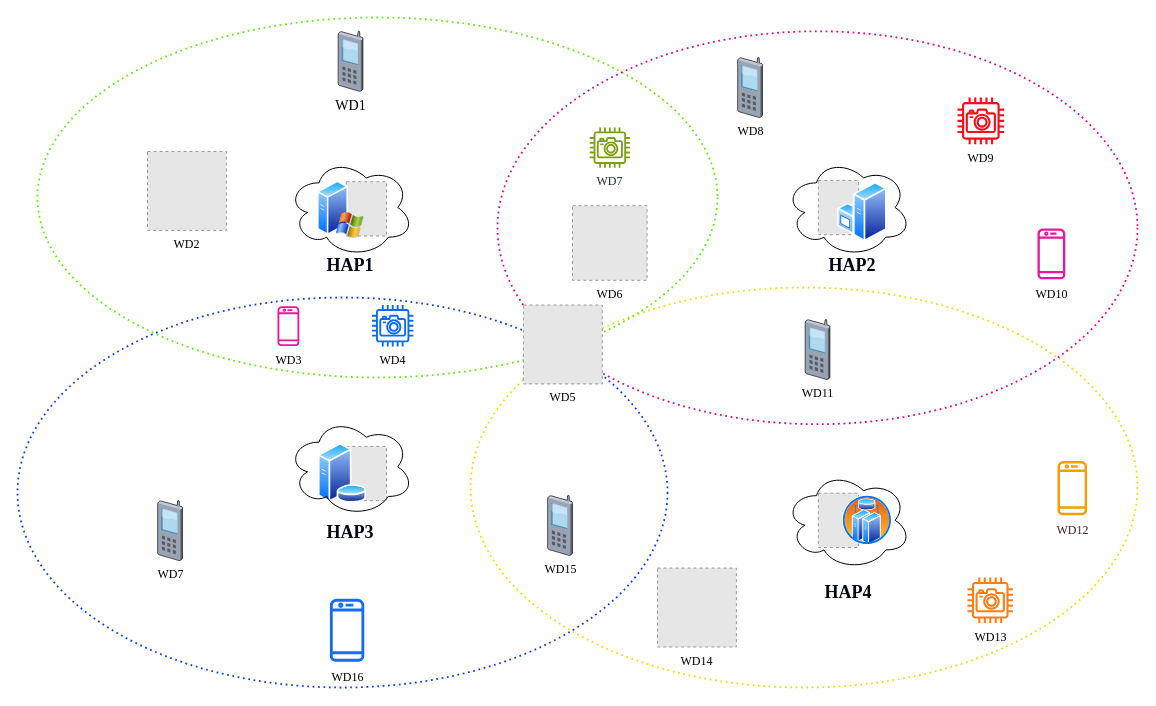
lxl0915/Intelligent_Housekeeper keeps this draw.io diagram as server/multi_devices_distrubution.drawio. Above is the earlier version. Source tidied: cells renumbered, new cells numbered last; positions are measured from the earlier drawing's top-left corner, leaving out a move shared by most shapes. Both pictures are drawn from the tidied source at 100%, with x=0, y=0 at pixel (17, 17). Pictures stored in the file or linked from it are replaced by grey dashed boxes.
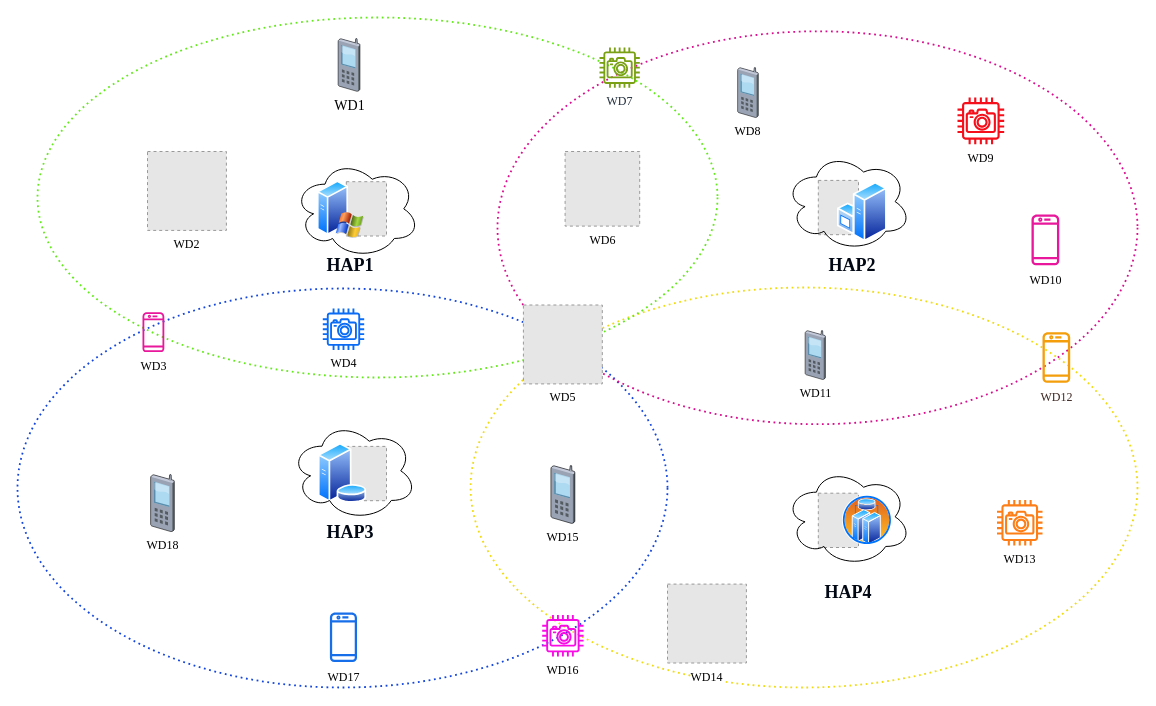
After the change.

The edit, as a diff of the source:
```diff
@@
-<mxGraphModel>
+<mxGraphModel background="#ffffff">
@@
     <mxCell id="4" style="strokeWidth=1.8;html=1;shape=mxgraph.flowchart.start_1;whiteSpace=wrap;dashed=1;dashPattern=1 2;fillColor=none;strokeColor=#1245de;fontFamily=Times New Roman;fontColor=#010713;" parent="1" vertex="1">
-      <mxGeometry y="280" width="650" height="390" as="geometry" />
+      <mxGeometry y="271" width="650" height="399" as="geometry" />
     </mxCell>
@@
     <mxCell id="8" value="WD10" style="sketch=0;gradientColor=none;fillColor=#e8179b;strokeColor=#996185;dashed=0;verticalLabelPosition=bottom;verticalAlign=top;align=center;html=1;fontSize=12;fontStyle=0;shape=mxgraph.aws4.mobile_client;fontFamily=Times New Roman;" parent="1" vertex="1">
-      <mxGeometry x="1020" y="210" width="27.8" height="52.9" as="geometry" />
+      <mxGeometry x="1014" y="196" width="27.8" height="52.9" as="geometry" />
     </mxCell>
     <mxCell id="9" value="WD11" style="verticalLabelPosition=bottom;sketch=0;html=1;verticalAlign=top;align=center;shape=mxgraph.citrix.cell_phone;fillColor=#fad7ac;strokeColor=#b46504;fontFamily=Times New Roman;" parent="1" vertex="1">
-      <mxGeometry x="787.5" y="302" width="25" height="60" as="geometry" />
+      <mxGeometry x="787.5" y="313" width="20.4" height="49" as="geometry" />
     </mxCell>
     <mxCell id="10" value="WD7" style="sketch=0;fontColor=#232F3E;gradientColor=none;fillColor=#7AA116;strokeColor=none;dashed=0;verticalLabelPosition=bottom;verticalAlign=top;align=center;html=1;fontSize=12;fontStyle=0;shape=mxgraph.aws4.camera;fontFamily=Times New Roman;" parent="1" vertex="1">
-      <mxGeometry x="572.2" y="110" width="40.3" height="40.3" as="geometry" />
+      <mxGeometry x="582" y="30" width="40.3" height="40.3" as="geometry" />
     </mxCell>
     <mxCell id="11" value="WD13" style="sketch=0;fillColor=#fd7e17;strokeColor=#36393d;dashed=0;verticalLabelPosition=bottom;verticalAlign=top;align=center;html=1;fontSize=12;fontStyle=0;shape=mxgraph.aws4.camera;fontFamily=Times New Roman;" parent="1" vertex="1">
-      <mxGeometry x="950" y="560" width="45.5" height="45.5" as="geometry" />
+      <mxGeometry x="979.5" y="482.4" width="45.5" height="45.5" as="geometry" />
     </mxCell>
@@
     <mxCell id="13" value="WD12" style="sketch=0;fontColor=#3e2823;gradientColor=none;fillColor=#f49e0b;strokeColor=none;dashed=0;verticalLabelPosition=bottom;verticalAlign=top;align=center;html=1;fontSize=12;fontStyle=0;shape=mxgraph.aws4.mobile_client;fontFamily=Times New Roman;" parent="1" vertex="1">
-      <mxGeometry x="1040" y="442.5" width="29.6" height="56.2" as="geometry" />
+      <mxGeometry x="1025" y="313.7" width="27.7" height="52.7" as="geometry" />
     </mxCell>
-    <mxCell id="14" value="WD16" style="sketch=0;gradientColor=none;fillColor=#166ee9;strokeColor=#6c8ebf;dashed=0;verticalLabelPosition=bottom;verticalAlign=top;align=center;html=1;fontSize=12;fontStyle=0;shape=mxgraph.aws4.mobile_client;fontFamily=Times New Roman;" parent="1" vertex="1">
-      <mxGeometry x="312.4" y="580" width="34.4" height="65.5" as="geometry" />
+    <mxCell id="14" value="WD17" style="sketch=0;gradientColor=none;fillColor=#166ee9;strokeColor=#6c8ebf;dashed=0;verticalLabelPosition=bottom;verticalAlign=top;align=center;html=1;fontSize=12;fontStyle=0;shape=mxgraph.aws4.mobile_client;fontFamily=Times New Roman;" parent="1" vertex="1">
+      <mxGeometry x="312.4" y="594" width="27.1" height="51.5" as="geometry" />
     </mxCell>
@@
+    <mxCell id="18" style="ellipse;shape=cloud;whiteSpace=wrap;html=1;fillColor=none;fontFamily=Times New Roman;" parent="1" vertex="1">
+      <mxGeometry x="276" y="142" width="126" height="98.7" as="geometry" />
+    </mxCell>
     <mxCell id="16" value="WD6" style="fillColor=#E6E6E6;strokeColor=#999999;dashed=1;html=1;verticalAlign=top;verticalLabelPosition=bottom;labelBackgroundColor=#ffffff;fontFamily=Times New Roman;" parent="1" vertex="1">
-      <mxGeometry x="555" y="188.2" width="74.6" height="74.6" as="geometry" />
+      <mxGeometry x="547.6" y="134" width="74.6" height="74.6" as="geometry" />
     </mxCell>
     <mxCell id="17" value="WD14" style="fillColor=#E6E6E6;strokeColor=#999999;dashed=1;html=1;verticalAlign=top;verticalLabelPosition=bottom;labelBackgroundColor=#ffffff;fontFamily=Times New Roman;" parent="1" vertex="1">
-      <mxGeometry x="640" y="550.6" width="78.9" height="78.9" as="geometry" />
+      <mxGeometry x="650" y="566.6" width="78.9" height="78.9" as="geometry" />
     </mxCell>
-    <mxCell id="18" style="ellipse;shape=cloud;whiteSpace=wrap;html=1;fillColor=none;fontFamily=Times New Roman;" parent="1" vertex="1">
-      <mxGeometry x="270" y="140.7" width="126" height="98.7" as="geometry" />
-    </mxCell>
     <mxCell id="19" value="WD4" style="sketch=0;gradientColor=none;fillColor=#0a6cf5;strokeColor=#0e71fb;dashed=0;verticalLabelPosition=bottom;verticalAlign=top;align=center;html=1;fontSize=12;fontStyle=0;shape=mxgraph.aws4.camera;fontFamily=Times New Roman;" parent="1" vertex="1">
-      <mxGeometry x="354.5" y="287.5" width="41.4" height="41.4" as="geometry" />
+      <mxGeometry x="305.3" y="291" width="41.4" height="41.4" as="geometry" />
     </mxCell>
     <mxCell id="20" value="&lt;font style=&quot;font-size: 14px;&quot;&gt;WD1&lt;/font&gt;" style="verticalLabelPosition=bottom;sketch=0;html=1;verticalAlign=top;align=center;shape=mxgraph.citrix.cell_phone;fillColor=#fad7ac;strokeColor=#b46504;fontFamily=Times New Roman;" parent="1" vertex="1">
-      <mxGeometry x="320.5" y="13.8" width="25" height="60" as="geometry" />
+      <mxGeometry x="320.5" y="21" width="22" height="52.8" as="geometry" />
     </mxCell>
     <mxCell id="21" value="WD15" style="verticalLabelPosition=bottom;sketch=0;html=1;verticalAlign=top;align=center;shape=mxgraph.citrix.cell_phone;fillColor=#fad7ac;strokeColor=#b46504;fontFamily=Times New Roman;" parent="1" vertex="1">
-      <mxGeometry x="530" y="477.9" width="25" height="60" as="geometry" />
+      <mxGeometry x="533.3" y="448" width="24.1" height="57.9" as="geometry" />
     </mxCell>
     <mxCell id="22" value="WD3" style="sketch=0;gradientColor=none;fillColor=#e8179b;strokeColor=#996185;dashed=0;verticalLabelPosition=bottom;verticalAlign=top;align=center;html=1;fontSize=12;fontStyle=0;shape=mxgraph.aws4.mobile_client;fontFamily=Times New Roman;" parent="1" vertex="1">
-      <mxGeometry x="260" y="287.9" width="21.8" height="41.4" as="geometry" />
+      <mxGeometry x="125" y="294" width="21.8" height="41.4" as="geometry" />
     </mxCell>
-    <mxCell id="23" value="WD7" style="verticalLabelPosition=bottom;sketch=0;html=1;verticalAlign=top;align=center;shape=mxgraph.citrix.cell_phone;fillColor=#fad7ac;strokeColor=#b46504;fontFamily=Times New Roman;" parent="1" vertex="1">
-      <mxGeometry x="140" y="483.1" width="25" height="60" as="geometry" />
+    <mxCell id="23" value="WD18" style="verticalLabelPosition=bottom;sketch=0;html=1;verticalAlign=top;align=center;shape=mxgraph.citrix.cell_phone;fillColor=#fad7ac;strokeColor=#b46504;fontFamily=Times New Roman;" parent="1" vertex="1">
+      <mxGeometry x="133" y="457" width="23.8" height="57.1" as="geometry" />
     </mxCell>
@@
     <mxCell id="25" value="WD8" style="verticalLabelPosition=bottom;sketch=0;html=1;verticalAlign=top;align=center;shape=mxgraph.citrix.cell_phone;fillColor=#fad7ac;strokeColor=#b46504;fontFamily=Times New Roman;" parent="1" vertex="1">
-      <mxGeometry x="720" y="40" width="25" height="60" as="geometry" />
+      <mxGeometry x="720" y="50" width="20.8" height="50" as="geometry" />
     </mxCell>
@@
     <mxCell id="32" style="ellipse;shape=cloud;whiteSpace=wrap;html=1;fillColor=none;fontFamily=Times New Roman;" parent="1" vertex="1">
-      <mxGeometry x="270" y="400" width="126" height="98.7" as="geometry" />
+      <mxGeometry x="273" y="404" width="126" height="98.7" as="geometry" />
     </mxCell>
     <mxCell id="33" style="ellipse;shape=cloud;whiteSpace=wrap;html=1;fillColor=none;fontFamily=Times New Roman;" parent="1" vertex="1">
-      <mxGeometry x="767.4" y="140.7" width="126" height="98.7" as="geometry" />
+      <mxGeometry x="767.4" y="134.8" width="126" height="98.7" as="geometry" />
     </mxCell>
     <mxCell id="34" style="ellipse;shape=cloud;whiteSpace=wrap;html=1;fillColor=none;fontFamily=Times New Roman;" parent="1" vertex="1">
-      <mxGeometry x="767.4" y="453.5" width="126" height="98.7" as="geometry" />
+      <mxGeometry x="767.4" y="450" width="126" height="98.7" as="geometry" />
     </mxCell>
@@
+    <mxCell id="39" value="WD16" style="sketch=0;gradientColor=none;fillColor=#f90be5;strokeColor=#e60a0a;dashed=0;verticalLabelPosition=bottom;verticalAlign=top;align=center;html=1;fontSize=12;fontStyle=0;shape=mxgraph.aws4.camera;fontFamily=Times New Roman;" parent="1" vertex="1">
+      <mxGeometry x="524.7" y="597.5" width="41.4" height="41.4" as="geometry" />
+    </mxCell>
```
